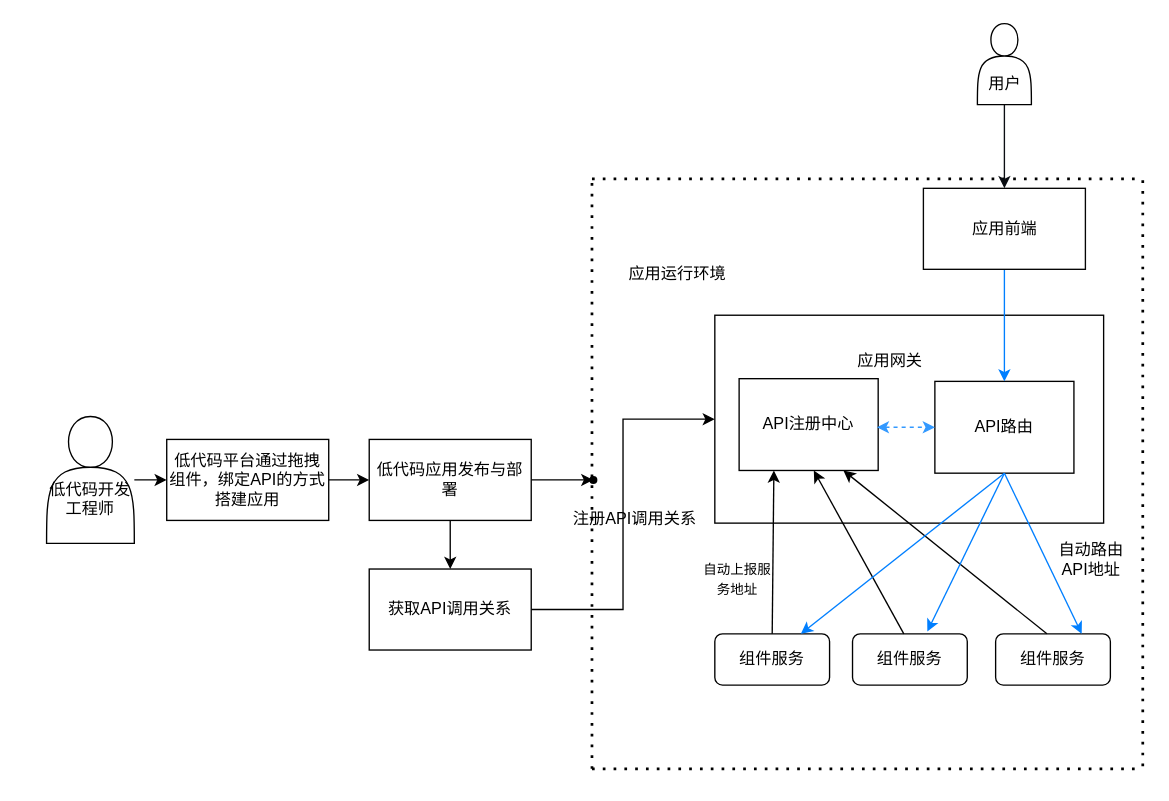
KingDracula/nodeStudy keeps this draw.io diagram as page "一种低代码平台下应用组件服务的自动注册与发现API的方法" (4 of 4) of Untitled Diagram.drawio. Above is the earlier version. Source tidied: cells renumbered, new cells numbered last; positions are measured from the earlier drawing's top-left corner, leaving out a move shared by most shapes. Both pictures are drawn from the tidied source at 135%, with x=0, y=0 at pixel (46, 23).
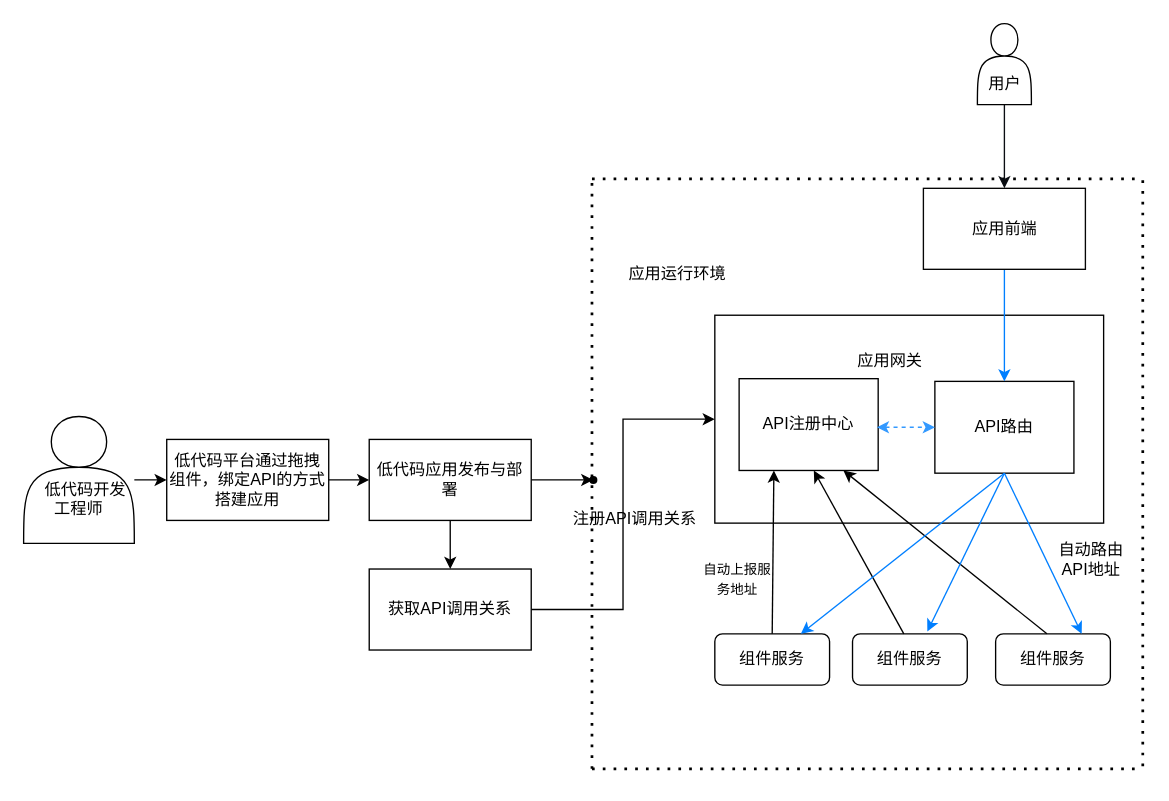
The same page after the edit.

What changed in the source:
```diff
@@
-    <mxCell id="3" value="&amp;nbsp; &amp;nbsp;&lt;br&gt;&lt;br&gt;低代码开发工程师" style="shape=actor;whiteSpace=wrap;html=1;fontFamily=Helvetica;fontSize=12;align=center;" parent="1" vertex="1">
-      <mxGeometry y="291" width="65" height="94" as="geometry" />
+    <mxCell id="3" value="&amp;nbsp; &amp;nbsp;&lt;br&gt;&lt;br&gt;&amp;nbsp; &amp;nbsp;低代码开发工程师" style="shape=actor;whiteSpace=wrap;html=1;fontFamily=Helvetica;fontSize=12;align=center;" parent="1" vertex="1">
+      <mxGeometry x="-17" y="291" width="82" height="94" as="geometry" />
     </mxCell>
```
